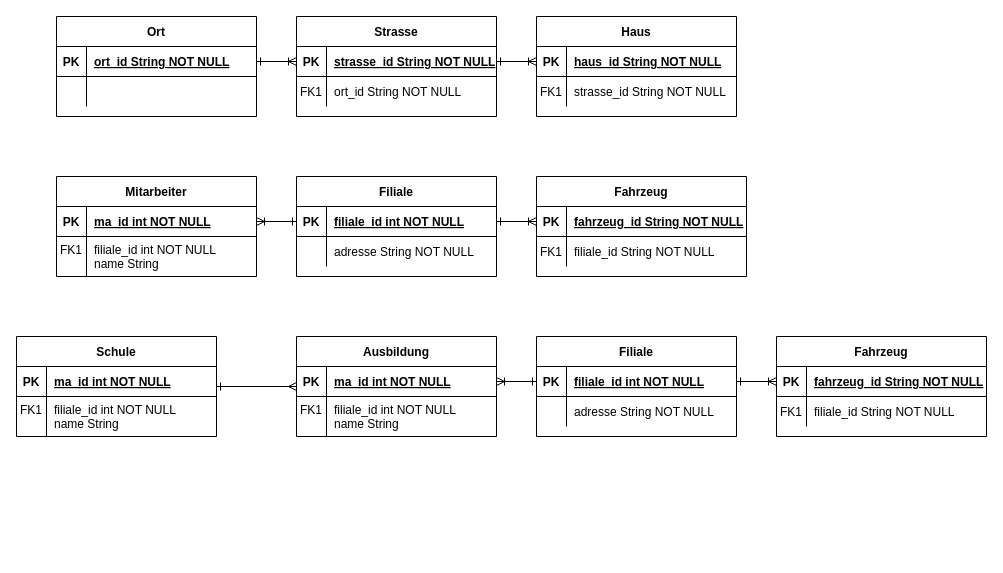
The draw.io diagram Unbenanntes Diagramm.drawio in ferreric/ffhs_dbs, before the edit. Source tidied: cells renumbered, new cells numbered last; positions are measured from the earlier drawing's top-left corner, leaving out a move shared by most shapes. Both pictures are drawn from the tidied source at 100%, with x=0, y=0 at pixel (16, 16).
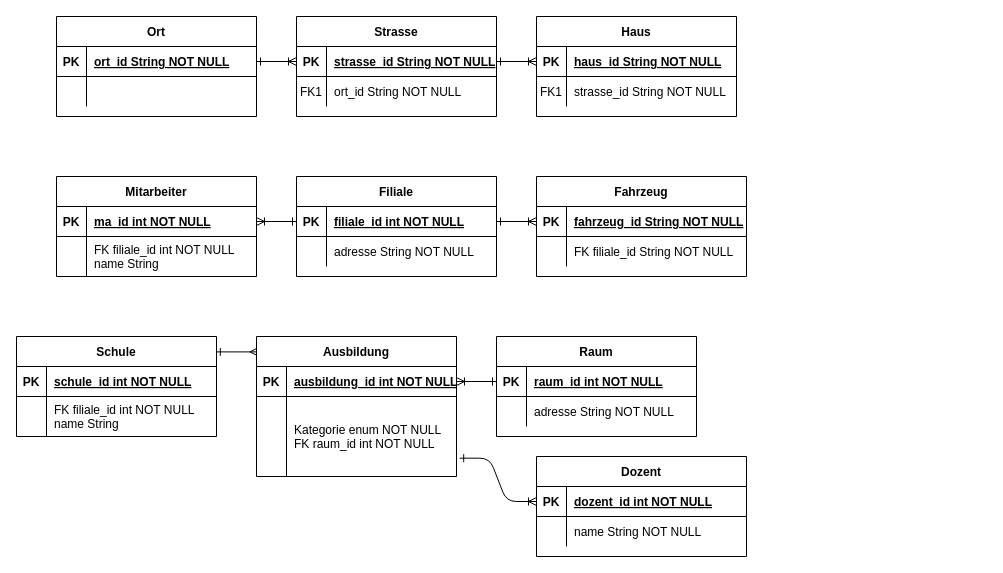
The same diagram, later.

Unchanged cells that the change refers to:
```xml
<mxCell id="37" style="shape=partialRectangle;fillColor=none;top=0;left=0;right=0;bottom=0;" parent="33" vertex="1">
  <mxGeometry y="60" width="210" height="30" as="geometry" />
</mxCell>
<mxCell id="44" style="shape=partialRectangle;fillColor=none;top=0;left=0;right=0;bottom=0;" parent="40" vertex="1">
  <mxGeometry y="60" width="200" height="40" as="geometry" />
</mxCell>
<mxCell id="50" style="shape=partialRectangle;fillColor=none;points=[[0,0.5],[1,0.5]];portConstraint=eastwest;top=0;left=0;right=0;bottom=1;" parent="49" vertex="1">
  <mxGeometry y="30" width="200" height="30" as="geometry" />
</mxCell>
<mxCell id="57" style="shape=partialRectangle;fillColor=none;points=[[0,0.5],[1,0.5]];portConstraint=eastwest;top=0;left=0;right=0;bottom=1;" parent="56" vertex="1">
  <mxGeometry y="30" width="210" height="30" as="geometry" />
</mxCell>
<mxCell id="60" style="shape=partialRectangle;fillColor=none;top=0;left=0;right=0;bottom=0;" parent="56" vertex="1">
  <mxGeometry y="60" width="210" height="30" as="geometry" />
</mxCell>
<mxCell id="65" style="shape=partialRectangle;fillColor=none;points=[[0,0.5],[1,0.5]];portConstraint=eastwest;top=0;left=0;right=0;bottom=1;" parent="64" vertex="1">
  <mxGeometry y="30" width="200" height="30" as="geometry" />
</mxCell>
<mxCell id="72" value="Schule" style="shape=table;startSize=30;childLayout=tableLayout;rowLines=0;fontStyle=1;align=center;" parent="1" vertex="1">
  <mxGeometry y="320" width="200" height="100" as="geometry" />
</mxCell>
<mxCell id="73" style="shape=partialRectangle;fillColor=none;top=0;left=0;right=0;bottom=1;" parent="72" vertex="1">
  <mxGeometry y="30" width="200" height="30" as="geometry" />
</mxCell>
<mxCell id="76" style="shape=partialRectangle;fillColor=none;top=0;left=0;right=0;bottom=0;" parent="72" vertex="1">
  <mxGeometry y="60" width="200" height="40" as="geometry" />
</mxCell>
```

The edit, as a diff of the source:
```diff
@@
-    <mxCell id="38" value="FK1" style="shape=partialRectangle;overflow=hidden;fillColor=none;top=0;left=0;bottom=0;right=0;" parent="37" vertex="1">
+    <mxCell id="38" style="shape=partialRectangle;overflow=hidden;fillColor=none;top=0;left=0;bottom=0;right=0;" parent="37" vertex="1">
       <mxGeometry width="30" height="30" as="geometry" />
     </mxCell>
-    <mxCell id="39" value="filiale_id String NOT NULL" style="shape=partialRectangle;overflow=hidden;fillColor=none;top=0;left=0;bottom=0;right=0;align=left;spacingLeft=6;" parent="37" vertex="1">
+    <mxCell id="39" value="FK filiale_id String NOT NULL" style="shape=partialRectangle;overflow=hidden;fillColor=none;top=0;left=0;bottom=0;right=0;align=left;spacingLeft=6;" parent="37" vertex="1">
       <mxGeometry x="30" width="180" height="30" as="geometry" />
     </mxCell>
@@
-    <mxCell id="45" value="FK1&#10;" style="shape=partialRectangle;overflow=hidden;fillColor=none;top=0;left=0;bottom=0;right=0;" parent="44" vertex="1">
+    <mxCell id="45" style="shape=partialRectangle;overflow=hidden;fillColor=none;top=0;left=0;bottom=0;right=0;" parent="44" vertex="1">
       <mxGeometry width="30" height="40" as="geometry" />
     </mxCell>
-    <mxCell id="46" value="filiale_id int NOT NULL&#10;name String" style="shape=partialRectangle;overflow=hidden;fillColor=none;top=0;left=0;bottom=0;right=0;align=left;spacingLeft=6;" parent="44" vertex="1">
+    <mxCell id="46" value="FK filiale_id int NOT NULL&#10;name String" style="shape=partialRectangle;overflow=hidden;fillColor=none;top=0;left=0;bottom=0;right=0;align=left;spacingLeft=6;" parent="44" vertex="1">
       <mxGeometry x="30" width="170" height="40" as="geometry" />
     </mxCell>
@@
-    <mxCell id="48" style="edgeStyle=entityRelationEdgeStyle;endArrow=ERoneToMany;startArrow=ERone;endFill=0;startFill=0;entryX=0;entryY=0.5;entryDx=0;entryDy=0;" parent="1" edge="1" source="50" target="57">
+    <mxCell id="48" style="edgeStyle=entityRelationEdgeStyle;endArrow=ERoneToMany;startArrow=ERone;endFill=0;startFill=0;entryX=0;entryY=0.5;entryDx=0;entryDy=0;exitX=1.016;exitY=0.771;exitDx=0;exitDy=0;exitPerimeter=0;" parent="1" edge="1" source="68" target="57">
       <mxGeometry relative="1" as="geometry" />
     </mxCell>
-    <mxCell id="49" value="Filiale" style="shape=table;startSize=30;childLayout=tableLayout;rowLines=0;fontStyle=1;align=center;" parent="1" vertex="1">
-      <mxGeometry x="520" y="320" width="200" height="100" as="geometry" />
+    <mxCell id="49" value="Raum" style="shape=table;startSize=30;childLayout=tableLayout;rowLines=0;fontStyle=1;align=center;" parent="1" vertex="1">
+      <mxGeometry x="480" y="320" width="200" height="100" as="geometry" />
     </mxCell>
@@
-    <mxCell id="52" value="filiale_id int NOT NULL " style="shape=partialRectangle;overflow=hidden;fillColor=none;top=0;left=0;bottom=0;right=0;align=left;spacingLeft=6;fontStyle=5;" parent="50" vertex="1">
+    <mxCell id="52" value="raum_id int NOT NULL " style="shape=partialRectangle;overflow=hidden;fillColor=none;top=0;left=0;bottom=0;right=0;align=left;spacingLeft=6;fontStyle=5;" parent="50" vertex="1">
       <mxGeometry x="30" width="170" height="30" as="geometry" />
     </mxCell>
@@
-    <mxCell id="56" value="Fahrzeug" style="shape=table;startSize=30;childLayout=tableLayout;rowLines=0;fontStyle=1;align=center;" parent="1" vertex="1">
-      <mxGeometry x="760" y="320" width="210" height="100" as="geometry" />
+    <mxCell id="56" value="Dozent" style="shape=table;startSize=30;childLayout=tableLayout;rowLines=0;fontStyle=1;align=center;" parent="1" vertex="1">
+      <mxGeometry x="520" y="440" width="210" height="100" as="geometry" />
     </mxCell>
@@
-    <mxCell id="59" value="fahrzeug_id String NOT NULL " style="shape=partialRectangle;overflow=hidden;fillColor=none;top=0;left=0;bottom=0;right=0;align=left;spacingLeft=6;fontStyle=5;" parent="57" vertex="1">
+    <mxCell id="59" value="dozent_id int NOT NULL " style="shape=partialRectangle;overflow=hidden;fillColor=none;top=0;left=0;bottom=0;right=0;align=left;spacingLeft=6;fontStyle=5;" parent="57" vertex="1">
       <mxGeometry x="30" width="180" height="30" as="geometry" />
     </mxCell>
@@
-    <mxCell id="61" value="FK1" style="shape=partialRectangle;overflow=hidden;fillColor=none;top=0;left=0;bottom=0;right=0;" parent="60" vertex="1">
+    <mxCell id="61" style="shape=partialRectangle;overflow=hidden;fillColor=none;top=0;left=0;bottom=0;right=0;" parent="60" vertex="1">
       <mxGeometry width="30" height="30" as="geometry" />
     </mxCell>
-    <mxCell id="62" value="filiale_id String NOT NULL" style="shape=partialRectangle;overflow=hidden;fillColor=none;top=0;left=0;bottom=0;right=0;align=left;spacingLeft=6;" parent="60" vertex="1">
+    <mxCell id="62" value="name String NOT NULL" style="shape=partialRectangle;overflow=hidden;fillColor=none;top=0;left=0;bottom=0;right=0;align=left;spacingLeft=6;" parent="60" vertex="1">
       <mxGeometry x="30" width="180" height="30" as="geometry" />
     </mxCell>
-    <mxCell id="63" style="edgeStyle=orthogonalEdgeStyle;rounded=0;jettySize=auto;html=1;startArrow=ERone;startFill=0;endArrow=ERmany;endFill=0;" parent="1" edge="1" source="72" target="64">
+    <mxCell id="63" style="edgeStyle=orthogonalEdgeStyle;rounded=0;jettySize=auto;html=1;startArrow=ERone;startFill=0;endArrow=ERmany;endFill=0;entryX=0.007;entryY=0.11;entryDx=0;entryDy=0;entryPerimeter=0;exitX=0.999;exitY=0.154;exitDx=0;exitDy=0;exitPerimeter=0;" parent="1" edge="1" source="72" target="64">
       <mxGeometry relative="1" as="geometry" />
     </mxCell>
     <mxCell id="64" value="Ausbildung" style="shape=table;startSize=30;childLayout=tableLayout;rowLines=0;fontStyle=1;align=center;" parent="1" vertex="1">
-      <mxGeometry x="280" y="320" width="200" height="100" as="geometry" />
+      <mxGeometry x="240" y="320" width="200" height="140" as="geometry" />
     </mxCell>
@@
-    <mxCell id="67" value="ma_id int NOT NULL " style="shape=partialRectangle;overflow=hidden;fillColor=none;top=0;left=0;bottom=0;right=0;align=left;spacingLeft=6;fontStyle=5;" parent="65" vertex="1">
+    <mxCell id="67" value="ausbildung_id int NOT NULL " style="shape=partialRectangle;overflow=hidden;fillColor=none;top=0;left=0;bottom=0;right=0;align=left;spacingLeft=6;fontStyle=5;" parent="65" vertex="1">
       <mxGeometry x="30" width="170" height="30" as="geometry" />
     </mxCell>
     <mxCell id="68" style="shape=partialRectangle;fillColor=none;points=[[0,0.5],[1,0.5]];portConstraint=eastwest;top=0;left=0;right=0;bottom=0;" parent="64" vertex="1">
-      <mxGeometry y="60" width="200" height="40" as="geometry" />
+      <mxGeometry y="60" width="200" height="80" as="geometry" />
     </mxCell>
-    <mxCell id="69" value="FK1&#10;" style="shape=partialRectangle;overflow=hidden;fillColor=none;top=0;left=0;bottom=0;right=0;" parent="68" vertex="1">
-      <mxGeometry width="30" height="40" as="geometry" />
+    <mxCell id="69" style="shape=partialRectangle;overflow=hidden;fillColor=none;top=0;left=0;bottom=0;right=0;" parent="68" vertex="1">
+      <mxGeometry width="30" height="80" as="geometry" />
     </mxCell>
-    <mxCell id="70" value="filiale_id int NOT NULL&#10;name String" style="shape=partialRectangle;overflow=hidden;fillColor=none;top=0;left=0;bottom=0;right=0;align=left;spacingLeft=6;" parent="68" vertex="1">
-      <mxGeometry x="30" width="170" height="40" as="geometry" />
+    <mxCell id="70" value="Kategorie enum NOT NULL&#10;FK raum_id int NOT NULL" style="shape=partialRectangle;overflow=hidden;fillColor=none;top=0;left=0;bottom=0;right=0;align=left;spacingLeft=6;" parent="68" vertex="1">
+      <mxGeometry x="30" width="170" height="80" as="geometry" />
     </mxCell>
@@
-    <mxCell id="75" value="ma_id int NOT NULL " style="shape=partialRectangle;overflow=hidden;fillColor=none;top=0;left=0;bottom=0;right=0;align=left;spacingLeft=6;fontStyle=5;" parent="73" vertex="1">
+    <mxCell id="75" value="schule_id int NOT NULL " style="shape=partialRectangle;overflow=hidden;fillColor=none;top=0;left=0;bottom=0;right=0;align=left;spacingLeft=6;fontStyle=5;" parent="73" vertex="1">
       <mxGeometry x="30" width="170" height="30" as="geometry" />
     </mxCell>
@@
-    <mxCell id="77" value="FK1&#10;" style="shape=partialRectangle;overflow=hidden;fillColor=none;top=0;left=0;bottom=0;right=0;" parent="76" vertex="1">
+    <mxCell id="77" style="shape=partialRectangle;overflow=hidden;fillColor=none;top=0;left=0;bottom=0;right=0;" parent="76" vertex="1">
       <mxGeometry width="30" height="40" as="geometry" />
     </mxCell>
-    <mxCell id="78" value="filiale_id int NOT NULL&#10;name String" style="shape=partialRectangle;overflow=hidden;fillColor=none;top=0;left=0;bottom=0;right=0;align=left;spacingLeft=6;" parent="76" vertex="1">
+    <mxCell id="78" value="FK filiale_id int NOT NULL&#10;name String" style="shape=partialRectangle;overflow=hidden;fillColor=none;top=0;left=0;bottom=0;right=0;align=left;spacingLeft=6;" parent="76" vertex="1">
       <mxGeometry x="30" width="170" height="40" as="geometry" />
     </mxCell>
```
